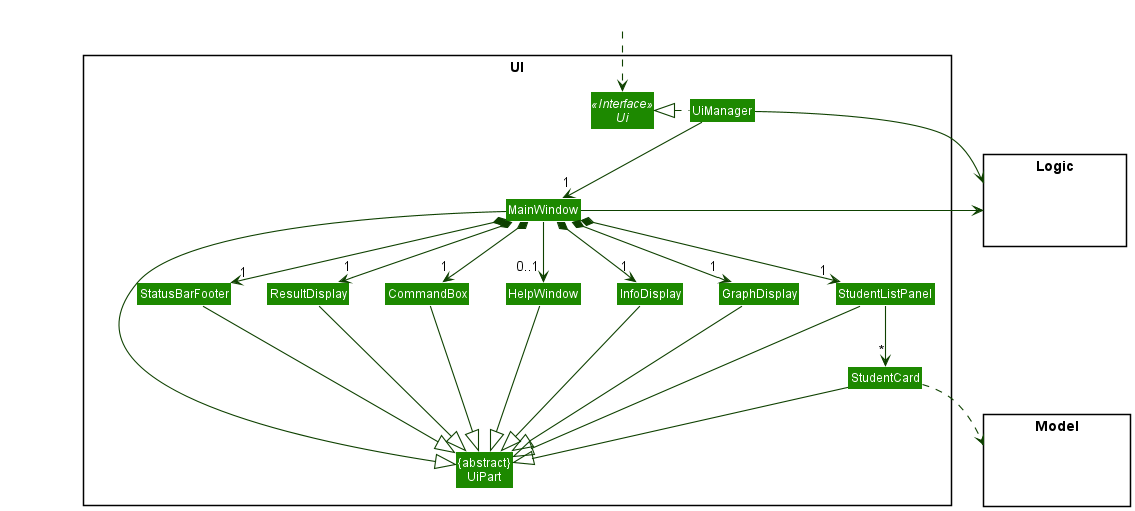
Earlier version of the PlantUML export docs/images/UiClassDiagram.png (nus-cs2103-AY2122S1/tp).
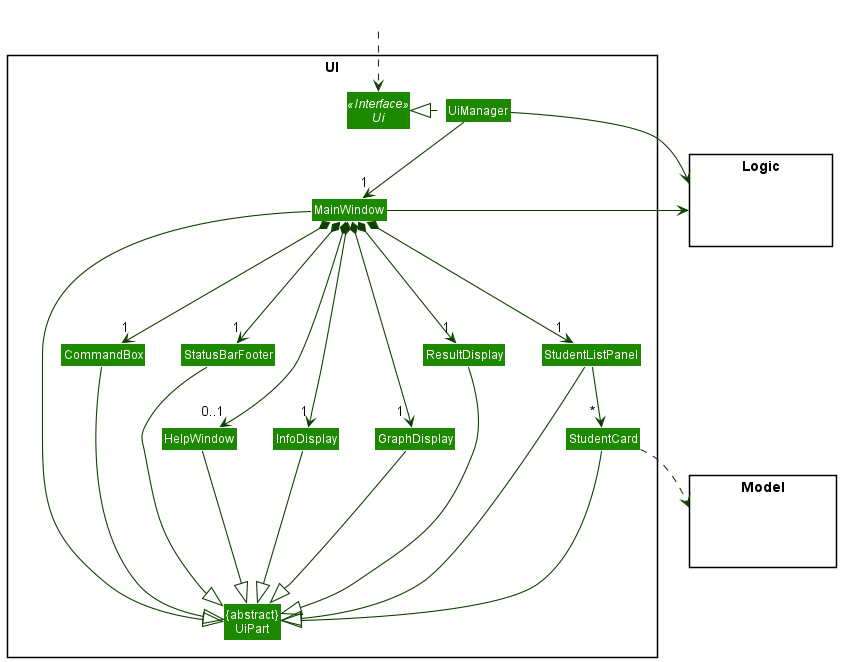
Later version of the same file.

Commit message:
Update UiClassDiagram to make it look bigger

The edit, as a diff of the source:
```diff
@@ -32,36 +32,32 @@
 
 UiManager .left.|> Ui
 UiManager -down-> "1" MainWindow
-MainWindow *-down->  "1" CommandBox
-MainWindow *-down->  "1" InfoDisplay
-MainWindow *-down->  "1" GraphDisplay
-MainWindow *-down-> "1" ResultDisplay
-MainWindow *-down-> "1" StudentListPanel
-MainWindow *-down-> "1" StatusBarFooter
-MainWindow --> "0..1" HelpWindow
+MainWindow *-down-->  "1" CommandBox
+MainWindow *-down-->  "1" InfoDisplay
+MainWindow *-down-->  "1 " GraphDisplay
+MainWindow *-down--> "1" ResultDisplay
+MainWindow *-down--> "1" StudentListPanel
+MainWindow *-down--> "1" StatusBarFooter
+MainWindow *----> "0..1" HelpWindow
 
-StudentListPanel -down-> "*" StudentCard
+StudentListPanel -down-> "~* " StudentCard
 
 MainWindow -left-|> UiPart
 
-ResultDisplay --|> UiPart
-CommandBox --|> UiPart
-StudentListPanel --|> UiPart
-StudentCard --|> UiPart
-StatusBarFooter --|> UiPart
-HelpWindow --|> UiPart
-GraphDisplay --|> UiPart
-InfoDisplay --|> UiPart
+ResultDisplay ---|> UiPart
+CommandBox ---|> UiPart
+StudentListPanel ---|> UiPart
+StudentCard ---|> UiPart
+StatusBarFooter ---|> UiPart
+HelpWindow ---|> UiPart
+GraphDisplay ---|> UiPart
+InfoDisplay ---|> UiPart
 
 StudentCard ..> Model
 UiManager -right-> Logic
 MainWindow -left-> Logic
 
-GraphDisplay -[hidden]left- InfoDisplay
-InfoDisplay -[hidden]left- HelpWindow
-HelpWindow -[hidden]left- CommandBox
-CommandBox -[hidden]left- ResultDisplay
-ResultDisplay -[hidden]left- StatusBarFooter
+StatusBarFooter -[hidden]left- CommandBox
 
 MainWindow -[hidden]-|> UiPart
 @enduml
```
